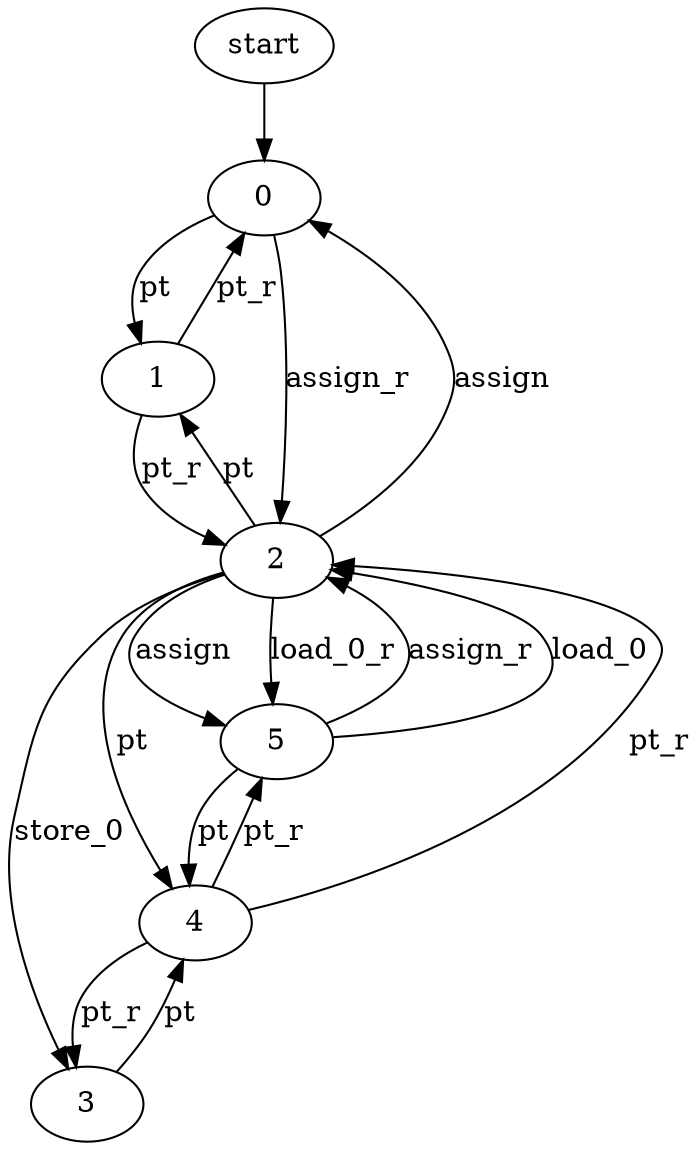
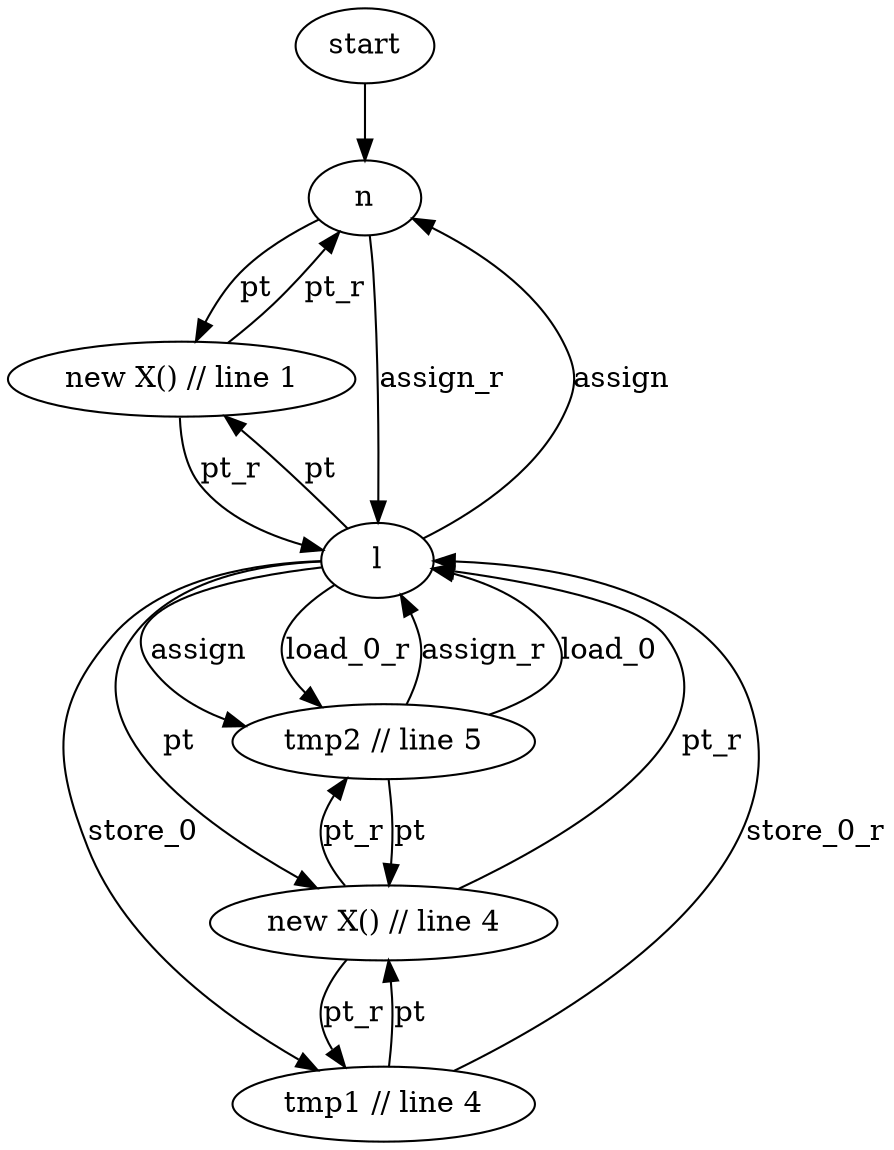
digraph {
    start -> 0;
    0 -> 1 [label = "pt"];
    1 -> 0 [label = "pt_r"];
    2 -> 0 [label = "assign"];
    0 -> 2 [label = "assign_r"];
    2 -> 1 [label = "pt"];
    1 -> 2 [label = "pt_r"];
    2 -> 3 [label = "store_0"];
+     3 -> 2 [label = "store_0_r"];
    3 -> 4 [label = "pt"];
    4 -> 3 [label = "pt_r"];
    2 -> 5 [label = "assign"];
    5 -> 2 [label = "assign_r"];
    5 -> 2 [label = "load_0"];
    2 -> 5 [label = "load_0_r"];
    2 -> 4 [label = "pt"];
    4 -> 2 [label = "pt_r"];
    5 -> 4 [label = "pt"];
    4 -> 5 [label = "pt_r"];
+ 
+     0[label = "n"]
+     1[label = "new X() // line 1"]
+     2[label = "l"]
+     3[label = "tmp1 // line 4"]
+     4[label = "new X() // line 4"]
+     5[label = "tmp2 // line 5"]
+ 
}
